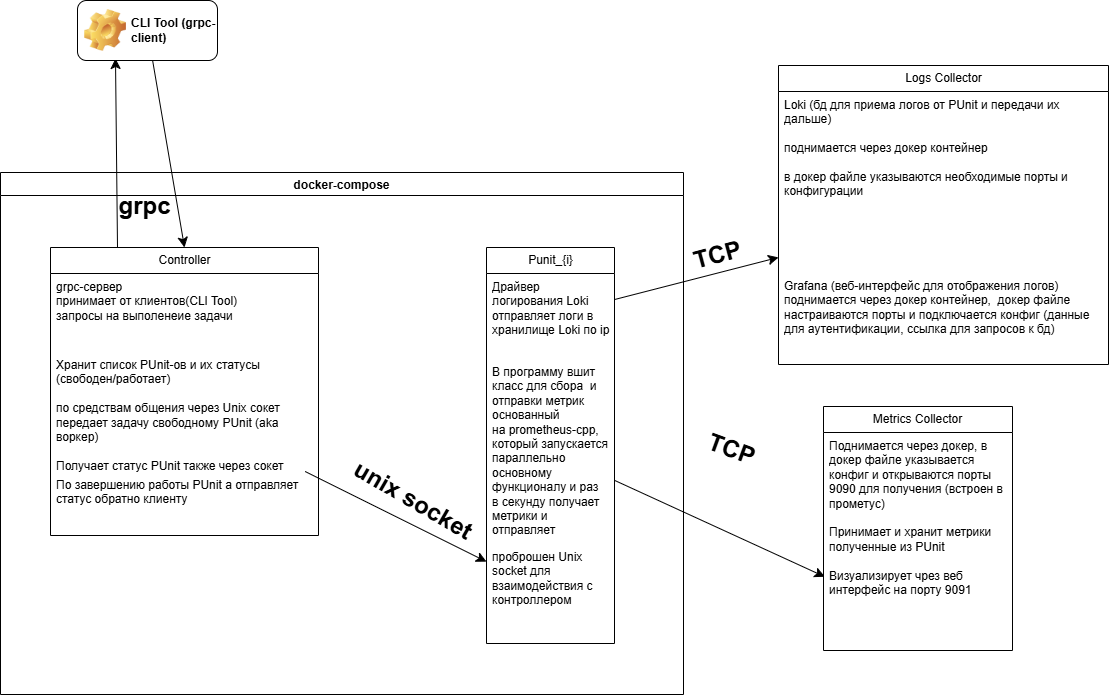
The draw.io diagram wiki/media/architecture.png in moevm/qemu-riscv-cluster, before a commit. Source tidied: cells renumbered, new cells last; positions are measured from the earlier drawing's top-left corner, leaving out a move shared by most shapes.
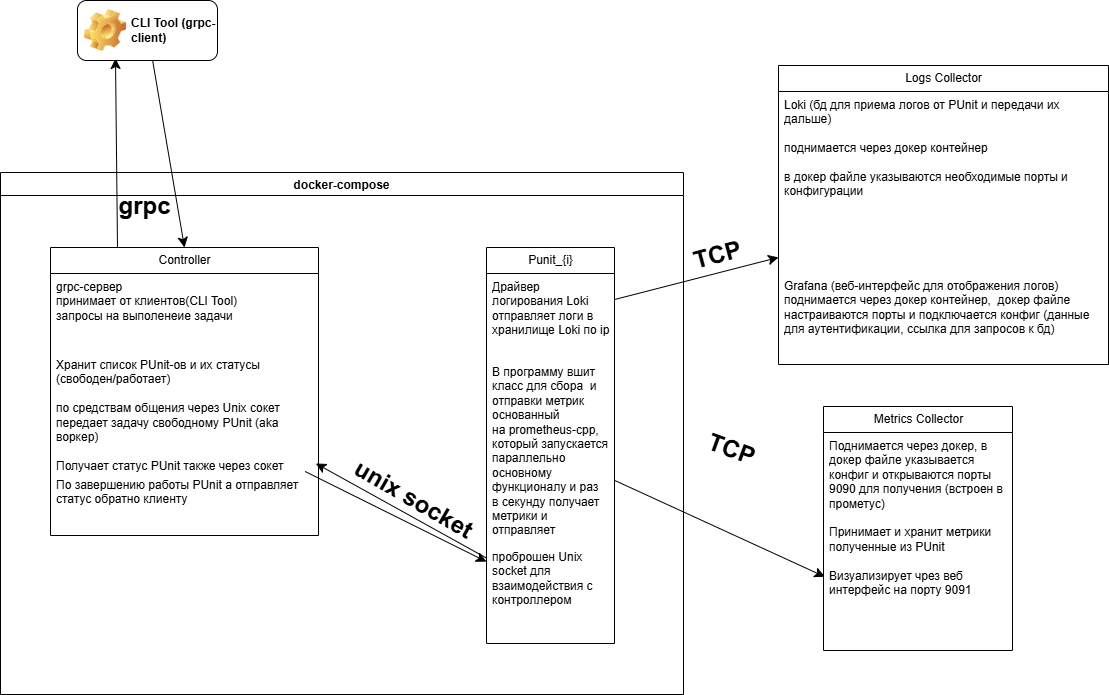
After the change.

The edit, as a diff of the source:
```diff
@@ -43,6 +43,9 @@
     <mxCell id="14" value="grpc" style="text;strokeColor=none;fillColor=none;html=1;fontSize=24;fontStyle=1;verticalAlign=middle;align=center;" parent="2" vertex="1">
       <mxGeometry x="94" y="14" width="100" height="40" as="geometry" />
     </mxCell>
+    <mxCell id="27" style="edgeStyle=none;curved=1;rounded=0;jettySize=auto;html=1;entryX=0.99;entryY=0.933;entryDx=0;entryDy=0;entryPerimeter=0;fontSize=12;startSize=8;endSize=8;" parent="2" edge="1" source="11" target="6">
+      <mxGeometry relative="1" as="geometry" />
+    </mxCell>
     <mxCell id="15" style="edgeStyle=none;curved=1;rounded=0;jettySize=auto;html=1;fontSize=12;startSize=8;endSize=8;entryX=0.007;entryY=0.162;entryDx=0;entryDy=0;entryPerimeter=0;" parent="1" edge="1" source="10" target="22">
       <mxGeometry relative="1" as="geometry" />
     </mxCell>
```
